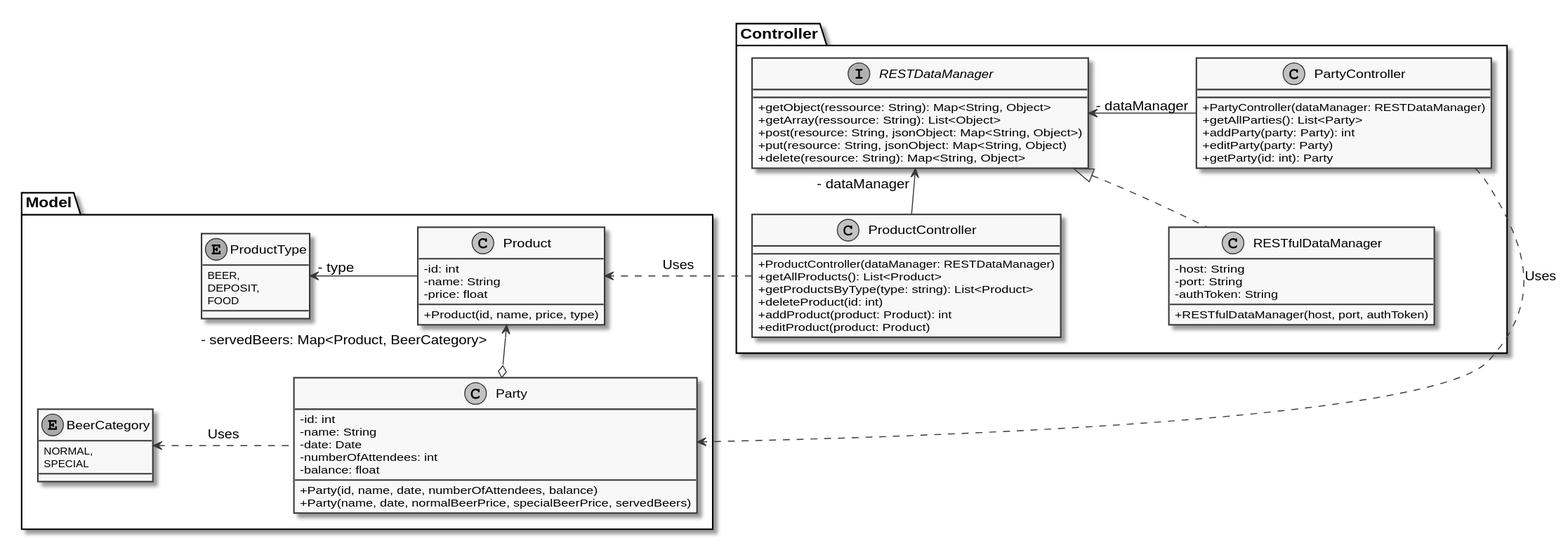
The PlantUML diagram docs/front-end/classDiagram.svg in lutrampal/sbeereck-app, before a commit.
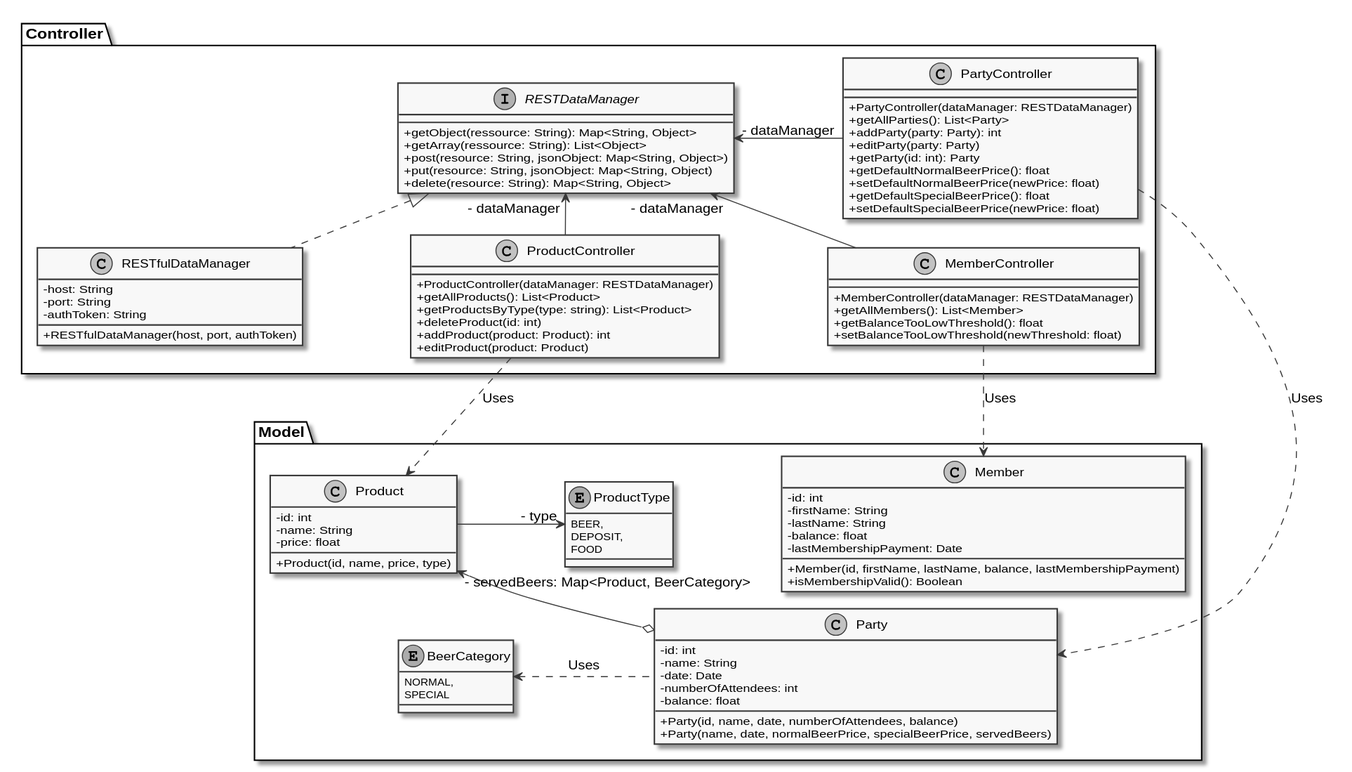
Above is the later version.

Commit message:
continued work on list members

Diff of the diagram source:
```diff
@@ -38,6 +38,16 @@
 	Product "- servedBeers: Map<Product, BeerCategory>" <--o Party
 
 	BeerCategory <. Party: Uses
+
+	class Member {
+		- id: int
+		- firstName: String
+		- lastName: String
+		- balance: float
+		- lastMembershipPayment: Date
+		+ Member(id, firstName, lastName, balance, lastMembershipPayment)
+		+ isMembershipValid(): Boolean
+	}
 }
 
 package Controller {
@@ -65,6 +75,10 @@
 		+ addParty(party: Party): int
 		+ editParty(party: Party)
 		+ getParty(id: int): Party
+		+ getDefaultNormalBeerPrice(): float
+		+ setDefaultNormalBeerPrice(newPrice: float)
+		+ getDefaultSpecialBeerPrice(): float
+		+ setDefaultSpecialBeerPrice(newPrice: float)
 	}
 
 	RESTDataManager "- dataManager" <- PartyController
@@ -79,8 +93,18 @@
 	}
 
 	RESTDataManager "- dataManager" <-- ProductController
+
+	class MemberController {
+		+ MemberController(dataManager: RESTDataManager)
+		+ getAllMembers(): List<Member>
+		+ getBalanceTooLowThreshold(): float
+		+ setBalanceTooLowThreshold(newThreshold: float)
+	}
+
+	RESTDataManager "- dataManager" <-- MemberController
 }
 
-PartyController .> Party: Uses
-ProductController .> Product: Uses
+PartyController ..> Party: Uses
+ProductController ..> Product: Uses
+MemberController ..> Member: Uses
 @enduml
```
